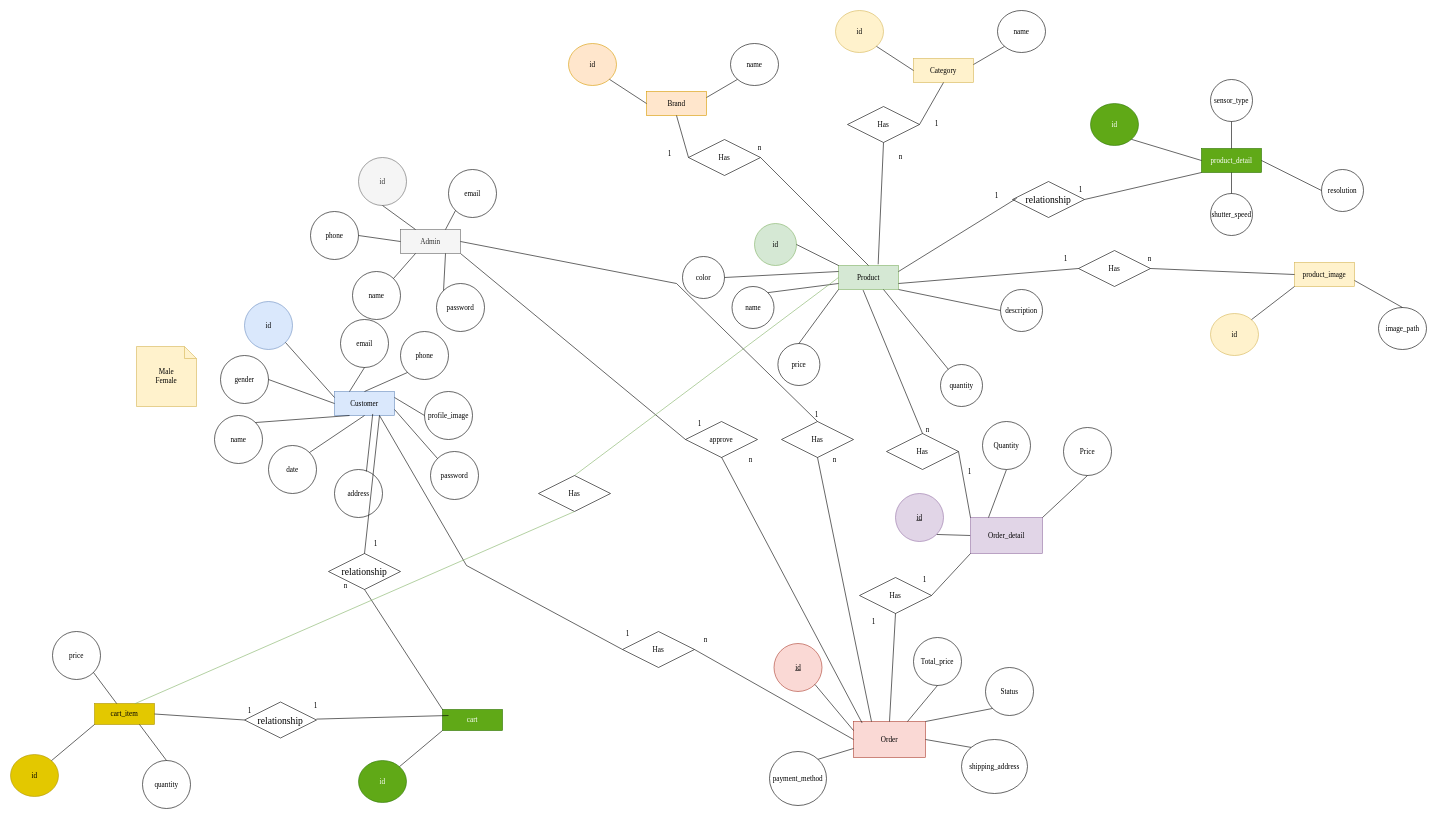
Before: page "Page-1" (1 of 2) of CameraStore.drawio in FlashTM123/assignment, a draw.io diagram. Source tidied: cells renumbered, new cells numbered last; positions are measured from the earlier drawing's top-left corner, leaving out a move shared by most shapes. Both pictures are drawn from the tidied source at 60%, with x=0, y=0 at pixel (10, 10).
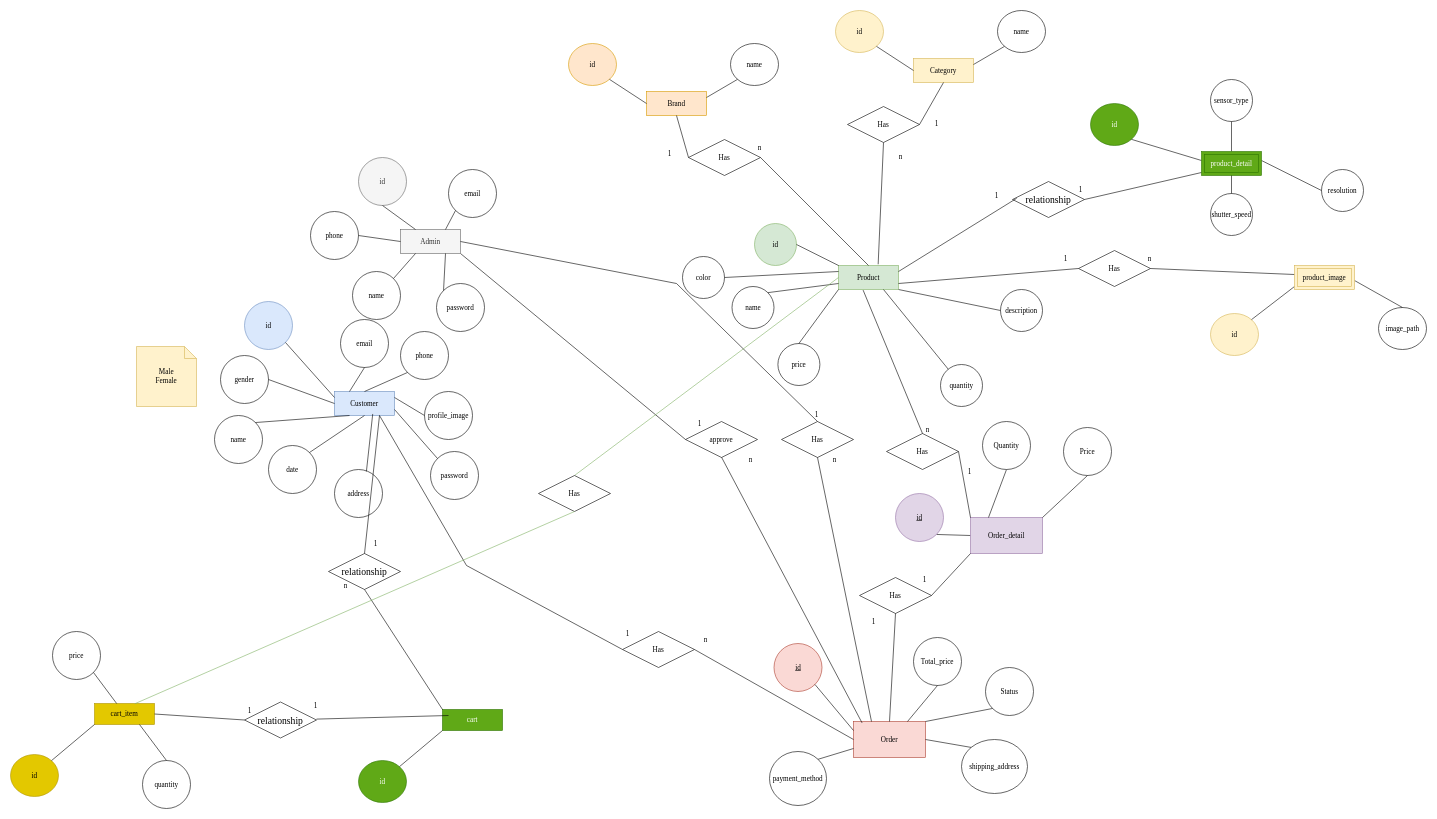
Above is the later version.

The change refers to these unchanged cells:
```xml
<mxCell id="35" value="sensor_type" style="ellipse;whiteSpace=wrap;html=1;align=center;fontFamily=Times New Roman;fontSize=12;" parent="1" vertex="1">
  <mxGeometry x="2000" y="115" width="70" height="70" as="geometry" />
</mxCell>
<mxCell id="36" value="resolution" style="ellipse;whiteSpace=wrap;html=1;align=center;fontFamily=Times New Roman;fontSize=12;" parent="1" vertex="1">
  <mxGeometry x="2185" y="265" width="70" height="70" as="geometry" />
</mxCell>
<mxCell id="37" value="shutter_speed" style="ellipse;whiteSpace=wrap;html=1;align=center;fontFamily=Times New Roman;fontSize=12;" parent="1" vertex="1">
  <mxGeometry x="2000" y="305" width="70" height="70" as="geometry" />
</mxCell>
<mxCell id="63" value="id" style="ellipse;whiteSpace=wrap;html=1;align=center;fontFamily=Times New Roman;fillColor=#fff2cc;strokeColor=#d6b656;fontSize=12;" parent="1" vertex="1">
  <mxGeometry x="2000" y="505" width="80" height="70" as="geometry" />
</mxCell>
<mxCell id="64" value="image_path" style="ellipse;whiteSpace=wrap;html=1;align=center;fontFamily=Times New Roman;fontSize=12;" parent="1" vertex="1">
  <mxGeometry x="2280" y="495" width="80" height="70" as="geometry" />
</mxCell>
<mxCell id="72" value="Has" style="shape=rhombus;perimeter=rhombusPerimeter;whiteSpace=wrap;html=1;align=center;fontFamily=Times New Roman;fontSize=12;" parent="1" vertex="1">
  <mxGeometry x="1780" y="400" width="120" height="60" as="geometry" />
</mxCell>
<mxCell id="107" value="id" style="ellipse;whiteSpace=wrap;html=1;align=center;fontFamily=Times New Roman;fillColor=#60a917;strokeColor=#2D7600;fontColor=#ffffff;fontSize=12;" parent="1" vertex="1">
  <mxGeometry x="1800" y="155" width="80" height="70" as="geometry" />
</mxCell>
<mxCell id="112" value="relationship" style="shape=rhombus;perimeter=rhombusPerimeter;whiteSpace=wrap;html=1;align=center;fontFamily=Times New Roman;fontSize=16;" parent="1" vertex="1">
  <mxGeometry x="1670" y="285" width="120" height="60" as="geometry" />
</mxCell>
```

Change to the diagram source:
```diff
@@
-    <mxCell id="62" value="product_image" style="whiteSpace=wrap;html=1;align=center;fontFamily=Times New Roman;fillColor=#fff2cc;strokeColor=#d6b656;fontSize=12;" parent="1" vertex="1">
-      <mxGeometry x="2140" y="420" width="100" height="40" as="geometry" />
-    </mxCell>
@@
-    <mxCell id="65" style="endArrow=none;html=1;rounded=0;exitX=1;exitY=0;exitDx=0;exitDy=0;entryX=0;entryY=1;entryDx=0;entryDy=0;fontSize=12;" parent="1" edge="1" source="63" target="62">
-      <mxGeometry relative="1" as="geometry" />
+    <mxCell id="65" style="endArrow=none;html=1;rounded=0;exitX=1;exitY=0;exitDx=0;exitDy=0;entryX=0;entryY=1;entryDx=0;entryDy=0;fontSize=12;" parent="1" edge="1" source="63">
+      <mxGeometry relative="1" as="geometry">
+        <mxPoint x="2140" y="460" as="targetPoint" />
+      </mxGeometry>
     </mxCell>
-    <mxCell id="66" style="endArrow=none;html=1;rounded=0;exitX=0.5;exitY=0;exitDx=0;exitDy=0;entryX=1;entryY=0.75;entryDx=0;entryDy=0;fontSize=12;" parent="1" edge="1" source="64" target="62">
-      <mxGeometry relative="1" as="geometry" />
+    <mxCell id="66" style="endArrow=none;html=1;rounded=0;exitX=0.5;exitY=0;exitDx=0;exitDy=0;entryX=1;entryY=0.75;entryDx=0;entryDy=0;fontSize=12;" parent="1" edge="1" source="64">
+      <mxGeometry relative="1" as="geometry">
+        <mxPoint x="2240" y="450" as="targetPoint" />
+      </mxGeometry>
     </mxCell>
@@
-    <mxCell id="71" style="endArrow=none;html=1;rounded=0;exitX=1;exitY=0.5;exitDx=0;exitDy=0;entryX=0;entryY=0.5;entryDx=0;entryDy=0;fontSize=12;" parent="1" edge="1" source="72" target="62">
-      <mxGeometry relative="1" as="geometry" />
+    <mxCell id="71" style="endArrow=none;html=1;rounded=0;exitX=1;exitY=0.5;exitDx=0;exitDy=0;entryX=0;entryY=0.5;entryDx=0;entryDy=0;fontSize=12;" parent="1" edge="1" source="72">
+      <mxGeometry relative="1" as="geometry">
+        <mxPoint x="2140" y="440" as="targetPoint" />
+      </mxGeometry>
     </mxCell>
@@
-    <mxCell id="106" value="product_detail" style="whiteSpace=wrap;html=1;align=center;fontFamily=Times New Roman;fillColor=#60a917;strokeColor=#2D7600;fontColor=#ffffff;fontSize=12;" parent="1" vertex="1">
-      <mxGeometry x="1985" y="230" width="100" height="40" as="geometry" />
-    </mxCell>
@@
-    <mxCell id="108" style="endArrow=none;html=1;rounded=0;entryX=0;entryY=0.5;entryDx=0;entryDy=0;exitX=1;exitY=0.5;exitDx=0;exitDy=0;fontSize=12;" parent="1" edge="1" source="106" target="36">
-      <mxGeometry relative="1" as="geometry" />
+    <mxCell id="108" style="endArrow=none;html=1;rounded=0;entryX=0;entryY=0.5;entryDx=0;entryDy=0;exitX=1;exitY=0.5;exitDx=0;exitDy=0;fontSize=12;" parent="1" edge="1" target="36">
+      <mxGeometry relative="1" as="geometry">
+        <mxPoint x="2085" y="250" as="sourcePoint" />
+      </mxGeometry>
     </mxCell>
-    <mxCell id="109" style="endArrow=none;html=1;rounded=0;exitX=0.5;exitY=0;exitDx=0;exitDy=0;entryX=0.5;entryY=1;entryDx=0;entryDy=0;fontSize=12;" parent="1" edge="1" source="106" target="35">
+    <mxCell id="109" style="endArrow=none;html=1;rounded=0;entryX=0.5;entryY=1;entryDx=0;entryDy=0;fontSize=12;" parent="1" edge="1" source="106" target="35">
       <mxGeometry relative="1" as="geometry" />
     </mxCell>
-    <mxCell id="110" style="endArrow=none;html=1;rounded=0;entryX=1;entryY=1;entryDx=0;entryDy=0;exitX=0;exitY=0.5;exitDx=0;exitDy=0;fontSize=12;" parent="1" edge="1" source="106" target="107">
-      <mxGeometry relative="1" as="geometry" />
+    <mxCell id="110" style="endArrow=none;html=1;rounded=0;entryX=1;entryY=1;entryDx=0;entryDy=0;exitX=0;exitY=0.5;exitDx=0;exitDy=0;fontSize=12;" parent="1" edge="1" target="107">
+      <mxGeometry relative="1" as="geometry">
+        <mxPoint x="1985" y="250" as="sourcePoint" />
+      </mxGeometry>
     </mxCell>
-    <mxCell id="111" style="endArrow=none;html=1;rounded=0;entryX=0.5;entryY=0;entryDx=0;entryDy=0;exitX=0.5;exitY=1;exitDx=0;exitDy=0;fontSize=12;" parent="1" edge="1" source="106" target="37">
-      <mxGeometry relative="1" as="geometry" />
+    <mxCell id="111" style="endArrow=none;html=1;rounded=0;entryX=0.5;entryY=0;entryDx=0;entryDy=0;exitX=0.5;exitY=1;exitDx=0;exitDy=0;fontSize=12;" parent="1" edge="1" target="37">
+      <mxGeometry relative="1" as="geometry">
+        <mxPoint x="2035" y="270" as="sourcePoint" />
+      </mxGeometry>
     </mxCell>
@@
-    <mxCell id="113" style="endArrow=none;html=1;rounded=0;entryX=1;entryY=0.5;entryDx=0;entryDy=0;exitX=0;exitY=1;exitDx=0;exitDy=0;fontSize=12;" parent="1" edge="1" source="106" target="112">
-      <mxGeometry relative="1" as="geometry" />
+    <mxCell id="113" style="endArrow=none;html=1;rounded=0;entryX=1;entryY=0.5;entryDx=0;entryDy=0;exitX=0;exitY=1;exitDx=0;exitDy=0;fontSize=12;" parent="1" edge="1" target="112">
+      <mxGeometry relative="1" as="geometry">
+        <mxPoint x="1985" y="270" as="sourcePoint" />
+      </mxGeometry>
     </mxCell>
@@
+    <mxCell id="106" value="product_detail" style="shape=ext;margin=3;double=1;whiteSpace=wrap;html=1;align=center;fontFamily=Times New Roman;fillColor=#60a917;fontColor=#ffffff;strokeColor=#2D7600;" parent="1" vertex="1">
+      <mxGeometry x="1985" y="235" width="100" height="40" as="geometry" />
+    </mxCell>
+    <mxCell id="62" value="product_image" style="shape=ext;margin=3;double=1;whiteSpace=wrap;html=1;align=center;fontFamily=Times New Roman;fillColor=#fff2cc;strokeColor=#d6b656;" parent="1" vertex="1">
+      <mxGeometry x="2140" y="425" width="100" height="40" as="geometry" />
+    </mxCell>
```
